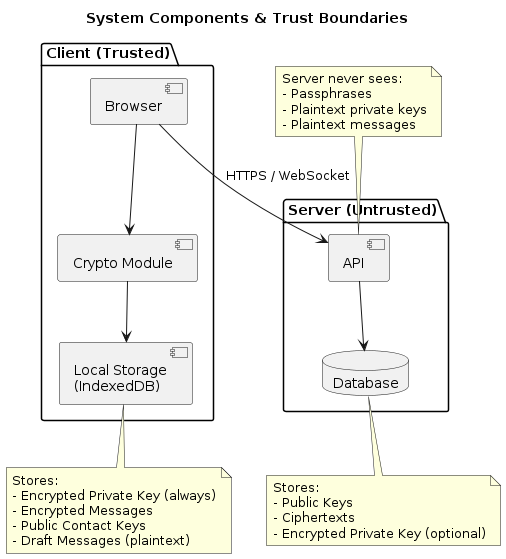
This is diagram/component diagram.png from Radhouen911/VoidLink, a PlantUML export, as it was before one commit.
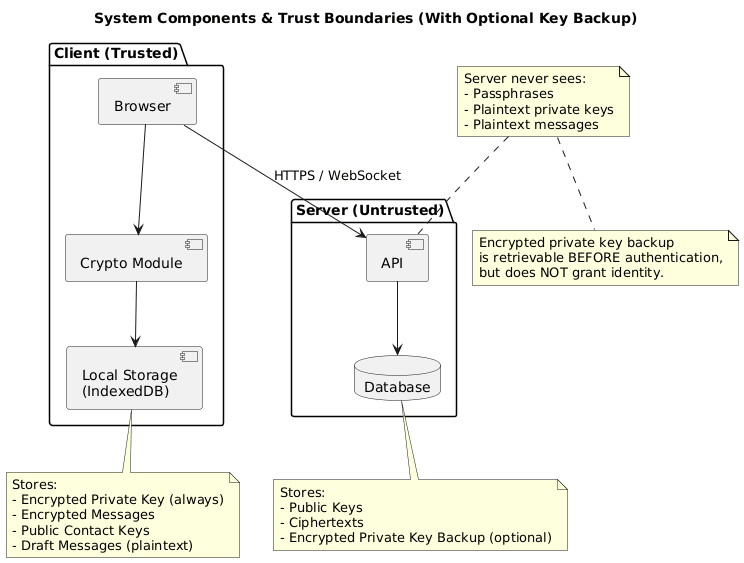
The same file after the commit.

Change to the diagram source:
```diff
@@ -1,5 +1,5 @@
 @startuml
-title System Components & Trust Boundaries
+title System Components & Trust Boundaries (With Optional Key Backup)
 
 package "Client (Trusted)" {
   component Browser
@@ -30,7 +30,7 @@
 Stores:
 - Public Keys
 - Ciphertexts
-- Encrypted Private Key (optional)
+- Encrypted Private Key Backup (optional)
 end note
 
 note top of API
@@ -39,4 +39,10 @@
 - Plaintext private keys
 - Plaintext messages
 end note
+
+note bottom
+Encrypted private key backup
+is retrievable BEFORE authentication,
+but does NOT grant identity.
+end note
 @enduml
```
